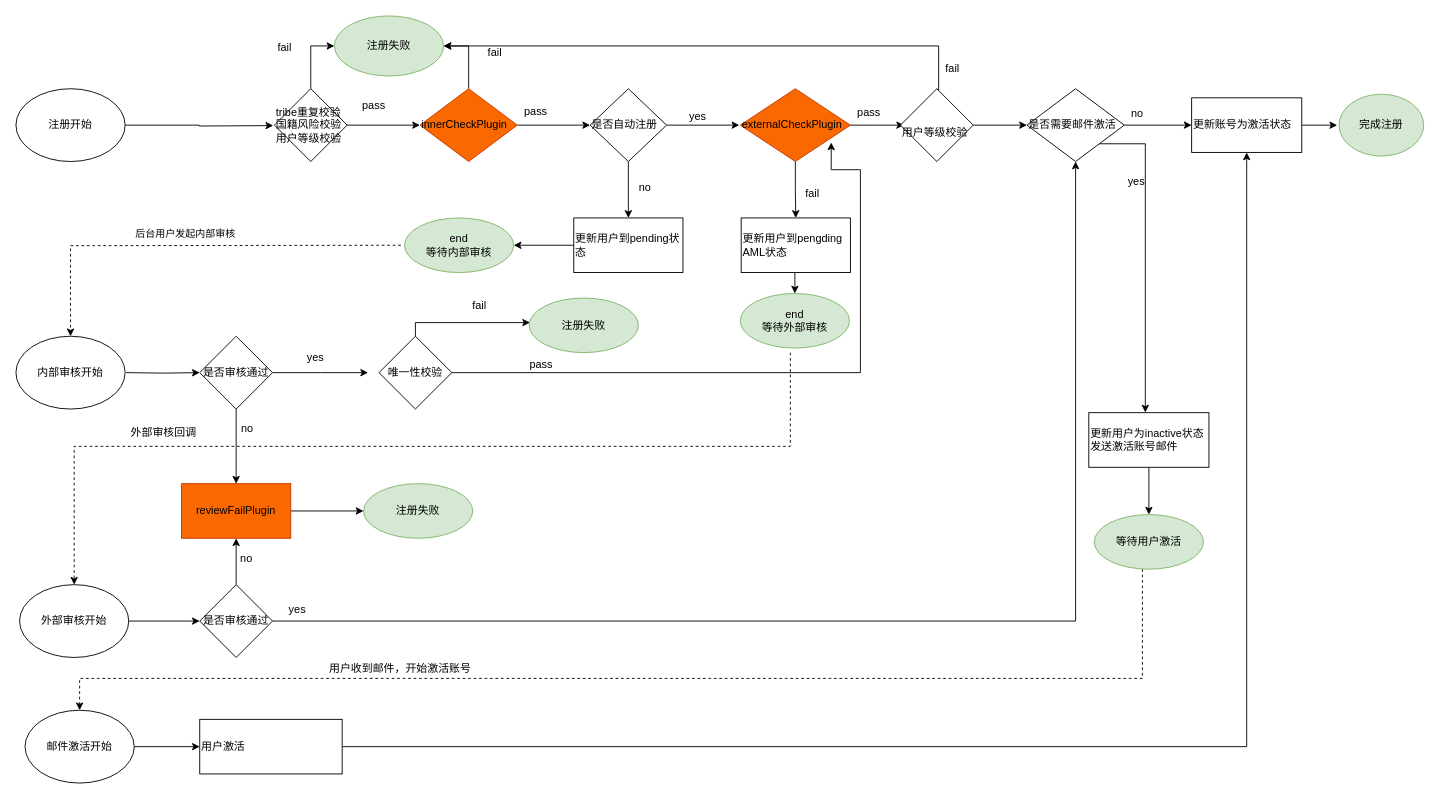
This is page "Page-12" (12 of 13) of Untitled Diagram.drawio from wang86924324/workstation, a draw.io file, before an edit. Source tidied: cells renumbered, new cells numbered last; positions are measured from the earlier drawing's top-left corner, leaving out a move shared by most shapes. Both pictures are drawn from the tidied source at 91%, with x=0, y=0 at pixel (15, 15).
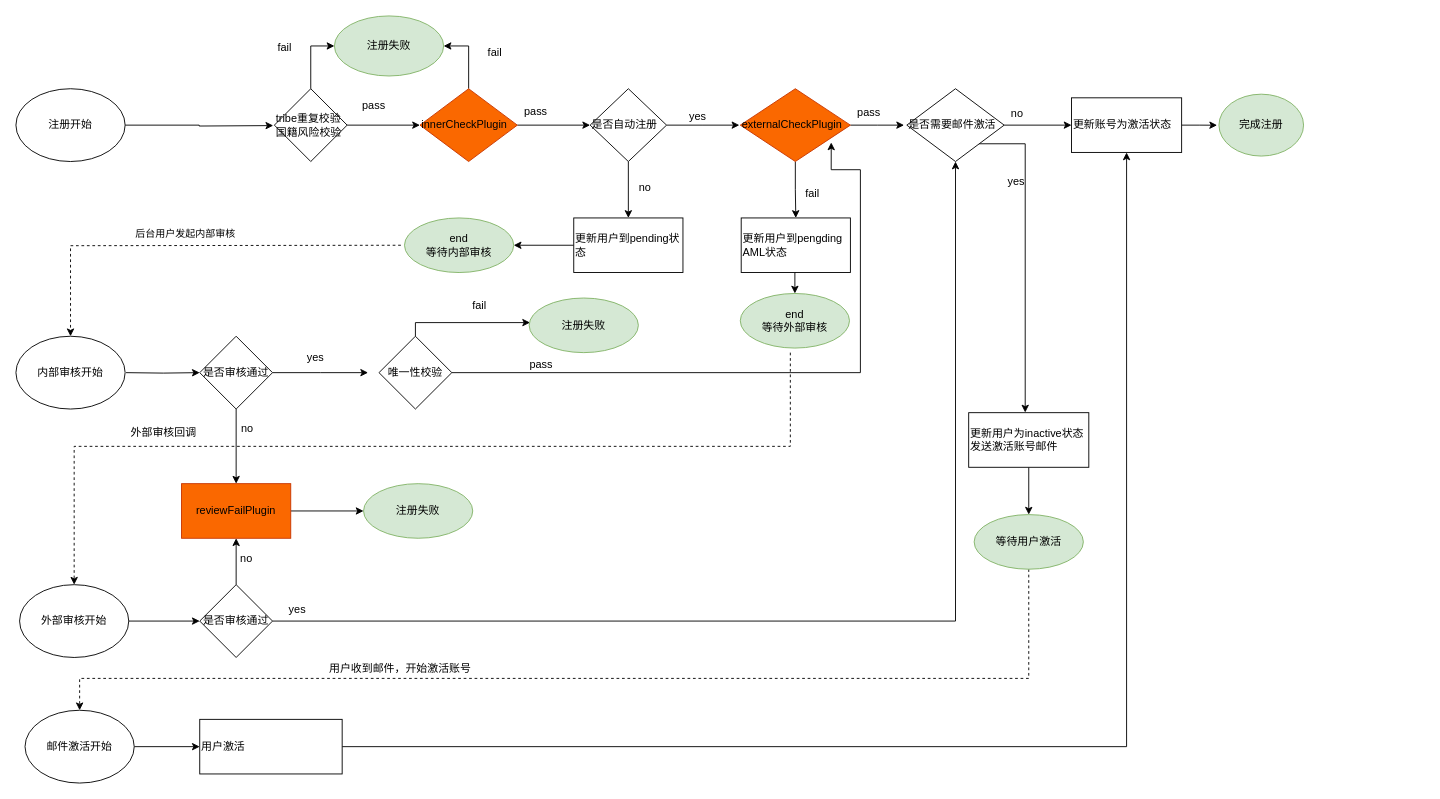
The same diagram, later.

The change refers to these unchanged cells:
```xml
<mxCell id="11" value="注册失败" style="ellipse;whiteSpace=wrap;html=1;fillColor=#d5e8d4;strokeColor=#82b366;" parent="1" vertex="1">
  <mxGeometry x="350" width="120" height="66" as="geometry" />
</mxCell>
<mxCell id="59" value="邮件激活开始" style="ellipse;whiteSpace=wrap;html=1;" parent="1" vertex="1">
  <mxGeometry x="10" y="763" width="120" height="80" as="geometry" />
</mxCell>
```

Change to the diagram source:
```diff
@@
-    <mxCell id="6" value="&lt;font style=&quot;font-size: 12px&quot;&gt;tribe重复校验&lt;br&gt;国籍风险校验&lt;br&gt;用户等级校验&lt;/font&gt;" style="rhombus;whiteSpace=wrap;html=1;rounded=0;fontSize=3;align=left;" parent="1" vertex="1">
+    <mxCell id="6" value="&lt;font style=&quot;font-size: 12px&quot;&gt;tribe重复校验&lt;br&gt;国籍风险校验&lt;br&gt;&lt;/font&gt;" style="rhombus;whiteSpace=wrap;html=1;rounded=0;fontSize=3;align=left;" parent="1" vertex="1">
       <mxGeometry x="284" y="80" width="80" height="80" as="geometry" />
     </mxCell>
@@
     <mxCell id="21" style="edgeStyle=orthogonalEdgeStyle;rounded=0;orthogonalLoop=1;jettySize=auto;html=1;exitX=1;exitY=1;exitDx=0;exitDy=0;entryX=0.5;entryY=0;entryDx=0;entryDy=0;" parent="1" edge="1">
       <mxGeometry relative="1" as="geometry">
-        <mxPoint x="1187" y="140.5" as="sourcePoint" />
-        <mxPoint x="1241.1" y="435.8" as="targetPoint" />
+        <mxPoint x="1055" y="140.5" as="sourcePoint" />
+        <mxPoint x="1109.1" y="435.8" as="targetPoint" />
         <Array as="points">
-          <mxPoint x="1241" y="140" />
+          <mxPoint x="1109" y="140" />
         </Array>
       </mxGeometry>
     </mxCell>
     <mxCell id="22" value="&lt;font style=&quot;font-size: 12px&quot;&gt;是否需要邮件激活&lt;/font&gt;" style="rhombus;whiteSpace=wrap;html=1;rounded=0;fontSize=3;align=left;" parent="1" vertex="1">
-      <mxGeometry x="1111" y="80" width="107" height="80" as="geometry" />
+      <mxGeometry x="979" y="80" width="107" height="80" as="geometry" />
     </mxCell>
@@
     <mxCell id="24" style="edgeStyle=orthogonalEdgeStyle;rounded=0;jettySize=auto;html=1;" parent="1" edge="1" source="25">
       <mxGeometry relative="1" as="geometry">
-        <mxPoint x="1452" y="120.1" as="targetPoint" />
+        <mxPoint x="1320" y="120.1" as="targetPoint" />
       </mxGeometry>
     </mxCell>
     <mxCell id="25" value="&lt;font style=&quot;font-size: 12px&quot;&gt;更新账号为激活状态&lt;/font&gt;" style="whiteSpace=wrap;html=1;rounded=0;fontSize=3;align=left;" parent="1" vertex="1">
-      <mxGeometry x="1292" y="90" width="121" height="60" as="geometry" />
+      <mxGeometry x="1160" y="90" width="121" height="60" as="geometry" />
     </mxCell>
     <mxCell id="26" value="no" style="text;html=1;align=center;verticalAlign=middle;strokeColor=none;" parent="1" vertex="1">
-      <mxGeometry x="1220" y="99" width="23" height="18" as="geometry" />
+      <mxGeometry x="1088" y="99" width="23" height="18" as="geometry" />
     </mxCell>
-    <mxCell id="27" style="edgeStyle=orthogonalEdgeStyle;rounded=0;jettySize=auto;html=1;entryX=0.5;entryY=0;entryDx=0;entryDy=0;dashed=1;exitX=0.441;exitY=0.999;exitDx=0;exitDy=0;exitPerimeter=0;" parent="1" edge="1" source="69" target="59">
+    <mxCell id="27" style="edgeStyle=orthogonalEdgeStyle;rounded=0;jettySize=auto;html=1;entryX=0.5;entryY=0;entryDx=0;entryDy=0;dashed=1;exitX=0.5;exitY=1;exitDx=0;exitDy=0;" parent="1" edge="1" source="69" target="59">
       <mxGeometry relative="1" as="geometry">
         <Array as="points">
-          <mxPoint x="1238" y="728" />
+          <mxPoint x="1113" y="728" />
           <mxPoint x="70" y="728" />
         </Array>
       </mxGeometry>
     </mxCell>
@@
     <mxCell id="29" value="&lt;font style=&quot;font-size: 12px&quot;&gt;更新用户为inactive状态&lt;br&gt;发送激活账号邮件&lt;/font&gt;" style="whiteSpace=wrap;html=1;rounded=0;fontSize=3;align=left;" parent="1" vertex="1">
-      <mxGeometry x="1179" y="436" width="132" height="60" as="geometry" />
+      <mxGeometry x="1047" y="436" width="132" height="60" as="geometry" />
     </mxCell>
@@
     <mxCell id="60" value="yes" style="text;html=1;align=center;verticalAlign=middle;strokeColor=none;" parent="1" vertex="1">
-      <mxGeometry x="1216" y="173" width="29" height="18" as="geometry" />
+      <mxGeometry x="1084" y="173" width="29" height="18" as="geometry" />
     </mxCell>
@@
     <mxCell id="69" value="等待用户激活" style="ellipse;whiteSpace=wrap;html=1;fillColor=#d5e8d4;strokeColor=#82b366;" parent="1" vertex="1">
-      <mxGeometry x="1185" y="548" width="120" height="60" as="geometry" />
+      <mxGeometry x="1053" y="548" width="120" height="60" as="geometry" />
     </mxCell>
@@
     <mxCell id="74" value="完成注册" style="ellipse;whiteSpace=wrap;html=1;fillColor=#d5e8d4;strokeColor=#82b366;" parent="1" vertex="1">
-      <mxGeometry x="1454" y="86" width="93" height="68" as="geometry" />
+      <mxGeometry x="1322" y="86" width="93" height="68" as="geometry" />
     </mxCell>
-    <mxCell id="75" style="edgeStyle=orthogonalEdgeStyle;rounded=0;jettySize=auto;html=1;entryX=1;entryY=0.5;entryDx=0;entryDy=0;exitX=0.5;exitY=0;exitDx=0;exitDy=0;" parent="1" edge="1" source="78" target="11">
-      <mxGeometry relative="1" as="geometry">
-        <Array as="points">
-          <mxPoint x="1012" y="82" />
-          <mxPoint x="1014" y="82" />
-          <mxPoint x="1014" y="33" />
-        </Array>
-      </mxGeometry>
-    </mxCell>
-    <mxCell id="76" value="fail" style="text;html=1;align=center;verticalAlign=middle;strokeColor=none;" parent="1" vertex="1">
-      <mxGeometry x="1016" y="49" width="25" height="18" as="geometry" />
-    </mxCell>
-    <mxCell id="77" style="edgeStyle=orthogonalEdgeStyle;rounded=0;jettySize=auto;html=1;exitX=1;exitY=0.5;exitDx=0;exitDy=0;" parent="1" edge="1" source="78" target="22">
-      <mxGeometry relative="1" as="geometry" />
-    </mxCell>
-    <mxCell id="78" value="&lt;font style=&quot;font-size: 12px&quot;&gt;&lt;br&gt;用户等级校验&lt;/font&gt;" style="rhombus;whiteSpace=wrap;html=1;rounded=0;fontSize=3;align=left;" parent="1" vertex="1">
-      <mxGeometry x="972" y="80" width="80" height="80" as="geometry" />
-    </mxCell>
```
